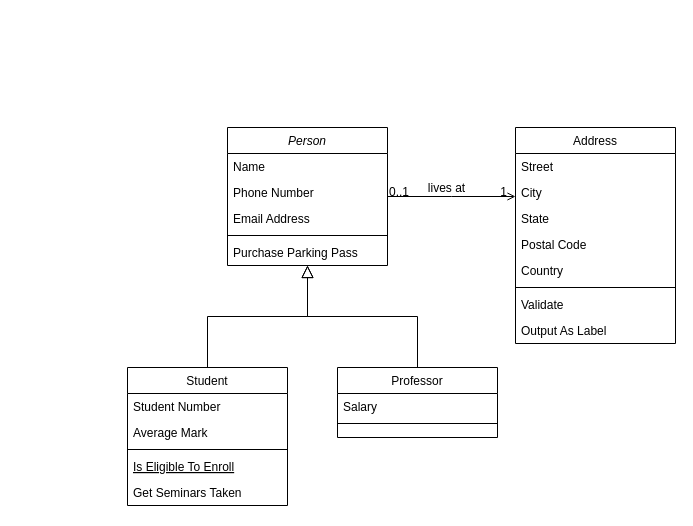
Vicnuel5/SimulacionFisicaVideojuegos keeps this draw.io diagram as Diagrama sin título.drawio. Above is the earlier version. Source tidied: cells renumbered, new cells numbered last; positions are measured from the earlier drawing's top-left corner, leaving out a move shared by most shapes. Both pictures are drawn from the tidied source at 100%, with x=0, y=0 at pixel (127, 127).
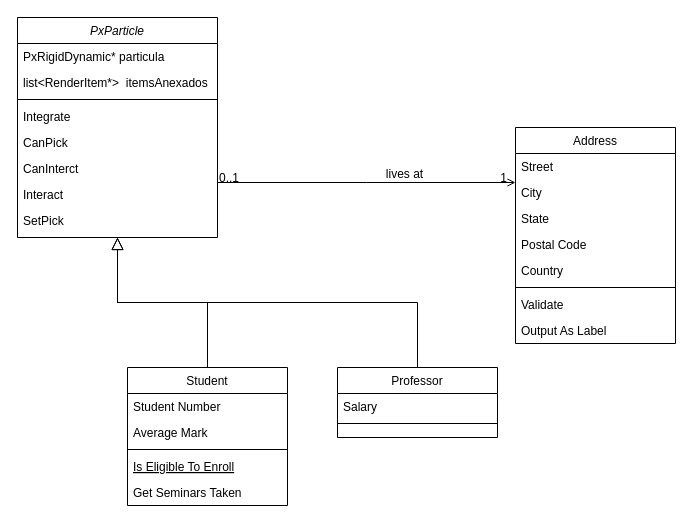
After the change.

The edit, as a diff of the source:
```diff
@@
-    <mxCell id="2" value="Person" style="swimlane;fontStyle=2;align=center;verticalAlign=top;horizontal=1;startSize=26;rounded=0;shadow=0;strokeWidth=1;" parent="1" vertex="1">
-      <mxGeometry x="100" width="160" height="138" as="geometry" />
+    <mxCell id="2" value="PxParticle" style="swimlane;fontStyle=2;align=center;verticalAlign=top;horizontal=1;startSize=26;rounded=0;shadow=0;strokeWidth=1;" parent="1" vertex="1">
+      <mxGeometry x="-110" y="-110" width="200" height="220" as="geometry" />
     </mxCell>
-    <mxCell id="3" value="Name" style="text;align=left;verticalAlign=top;spacingLeft=4;spacingRight=4;overflow=hidden;" parent="2" vertex="1">
-      <mxGeometry y="26" width="160" height="26" as="geometry" />
+    <mxCell id="3" value="PxRigidDynamic* particula" style="text;align=left;verticalAlign=top;spacingLeft=4;spacingRight=4;overflow=hidden;" parent="2" vertex="1">
+      <mxGeometry y="26" width="200" height="26" as="geometry" />
     </mxCell>
-    <mxCell id="4" value="Phone Number" style="text;align=left;verticalAlign=top;spacingLeft=4;spacingRight=4;overflow=hidden;rounded=0;shadow=0;html=0;" parent="2" vertex="1">
-      <mxGeometry y="52" width="160" height="26" as="geometry" />
+    <mxCell id="4" value="list&lt;RenderItem*&gt;  itemsAnexados" style="text;align=left;verticalAlign=top;spacingLeft=4;spacingRight=4;overflow=hidden;rounded=0;shadow=0;html=0;" parent="2" vertex="1">
+      <mxGeometry y="52" width="200" height="26" as="geometry" />
     </mxCell>
-    <mxCell id="5" value="Email Address" style="text;align=left;verticalAlign=top;spacingLeft=4;spacingRight=4;overflow=hidden;rounded=0;shadow=0;html=0;" parent="2" vertex="1">
-      <mxGeometry y="78" width="160" height="26" as="geometry" />
-    </mxCell>
     <mxCell id="6" style="line;html=1;strokeWidth=1;align=left;verticalAlign=middle;spacingTop=-1;spacingLeft=3;spacingRight=3;labelPosition=right;" parent="2" vertex="1">
-      <mxGeometry y="104" width="160" height="8" as="geometry" />
+      <mxGeometry y="78" width="200" height="8" as="geometry" />
     </mxCell>
-    <mxCell id="7" value="Purchase Parking Pass" style="text;align=left;verticalAlign=top;spacingLeft=4;spacingRight=4;overflow=hidden;" parent="2" vertex="1">
-      <mxGeometry y="112" width="160" height="26" as="geometry" />
+    <mxCell id="7" value="Integrate" style="text;align=left;verticalAlign=top;spacingLeft=4;spacingRight=4;overflow=hidden;" parent="2" vertex="1">
+      <mxGeometry y="86" width="200" height="26" as="geometry" />
     </mxCell>
+    <mxCell id="32" value="CanPick" style="text;align=left;verticalAlign=top;spacingLeft=4;spacingRight=4;overflow=hidden;" parent="2" vertex="1">
+      <mxGeometry y="112" width="200" height="26" as="geometry" />
+    </mxCell>
+    <mxCell id="33" value="CanInterct" style="text;align=left;verticalAlign=top;spacingLeft=4;spacingRight=4;overflow=hidden;" parent="2" vertex="1">
+      <mxGeometry y="138" width="200" height="26" as="geometry" />
+    </mxCell>
+    <mxCell id="34" value="Interact" style="text;align=left;verticalAlign=top;spacingLeft=4;spacingRight=4;overflow=hidden;" parent="2" vertex="1">
+      <mxGeometry y="164" width="200" height="26" as="geometry" />
+    </mxCell>
+    <mxCell id="35" value="SetPick" style="text;align=left;verticalAlign=top;spacingLeft=4;spacingRight=4;overflow=hidden;" parent="2" vertex="1">
+      <mxGeometry y="190" width="200" height="26" as="geometry" />
+    </mxCell>
```
